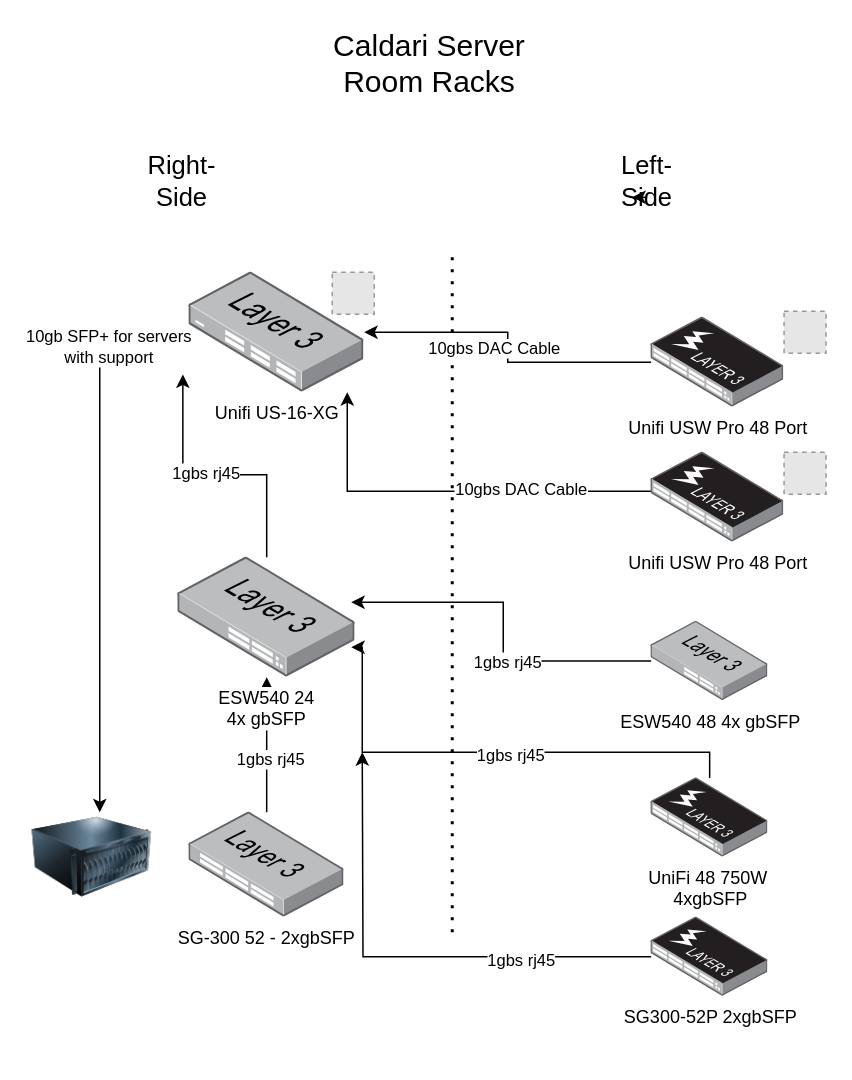
This is bvg-switches.drawio from cwldev/draw, a draw.io file, before an edit. Source tidied: cells renumbered, new cells numbered last; positions are measured from the earlier drawing's top-left corner, leaving out a move shared by most shapes. Both pictures are drawn from the tidied source at 150%, with x=0, y=0 at pixel (32, 32). Pictures stored in the file or linked from it are replaced by grey dashed boxes.
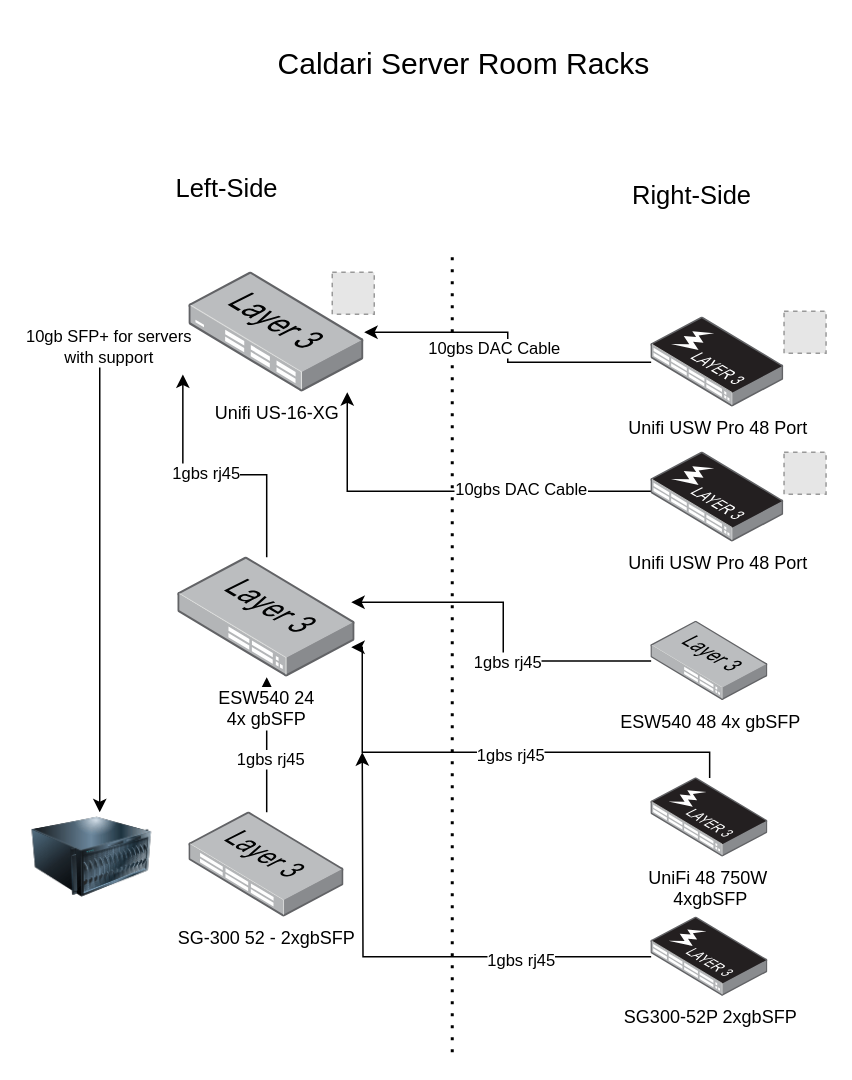
After the change.

What changed in the source:
```diff
@@
     <mxCell id="21" style="endArrow=none;dashed=1;html=1;dashPattern=1 3;strokeWidth=2;" parent="1" edge="1">
       <mxGeometry relative="1" as="geometry">
-        <mxPoint x="280" y="600" as="sourcePoint" />
+        <mxPoint x="280" y="680" as="sourcePoint" />
         <mxPoint x="280" y="150" as="targetPoint" />
       </mxGeometry>
     </mxCell>
@@
     <mxCell id="28" value="&lt;font style=&quot;font-size: 20px&quot;&gt;Caldari Server Room Racks&lt;/font&gt;" style="text;html=1;strokeColor=none;fillColor=none;align=center;verticalAlign=middle;whiteSpace=wrap;rounded=0;" parent="1" vertex="1">
-      <mxGeometry x="190" width="150" height="40" as="geometry" />
+      <mxGeometry x="162.6" width="250" height="40" as="geometry" />
     </mxCell>
@@
-    <mxCell id="32" value="&lt;font style=&quot;font-size: 17px&quot;&gt;Right-Side&lt;/font&gt;" style="text;html=1;strokeColor=none;fillColor=none;align=center;verticalAlign=middle;whiteSpace=wrap;rounded=0;" parent="1" vertex="1">
-      <mxGeometry x="80" y="90" width="40" height="20" as="geometry" />
+    <mxCell id="32" value="&lt;font style=&quot;font-size: 17px&quot;&gt;Left-Side&lt;/font&gt;" style="text;html=1;strokeColor=none;fillColor=none;align=center;verticalAlign=middle;whiteSpace=wrap;rounded=0;" parent="1" vertex="1">
+      <mxGeometry x="80" y="90" width="100" height="30" as="geometry" />
     </mxCell>
-    <mxCell id="33" value="&lt;font style=&quot;font-size: 17px&quot;&gt;Left-Side&lt;/font&gt;" style="text;html=1;strokeColor=none;fillColor=none;align=center;verticalAlign=middle;whiteSpace=wrap;rounded=0;" parent="1" vertex="1">
-      <mxGeometry x="390" y="90" width="40" height="20" as="geometry" />
+    <mxCell id="33" value="&lt;font style=&quot;font-size: 17px&quot;&gt;Right-Side&lt;/font&gt;" style="text;html=1;strokeColor=none;fillColor=none;align=center;verticalAlign=middle;whiteSpace=wrap;rounded=0;" parent="1" vertex="1">
+      <mxGeometry x="390" y="90" width="100" height="40" as="geometry" />
     </mxCell>
-    <mxCell id="34" style="edgeStyle=orthogonalEdgeStyle;rounded=0;orthogonalLoop=1;jettySize=auto;html=1;exitX=0.5;exitY=1;exitDx=0;exitDy=0;entryX=0.25;entryY=1;entryDx=0;entryDy=0;" parent="1" edge="1" source="33" target="33">
-      <mxGeometry relative="1" as="geometry" />
-    </mxCell>
```
